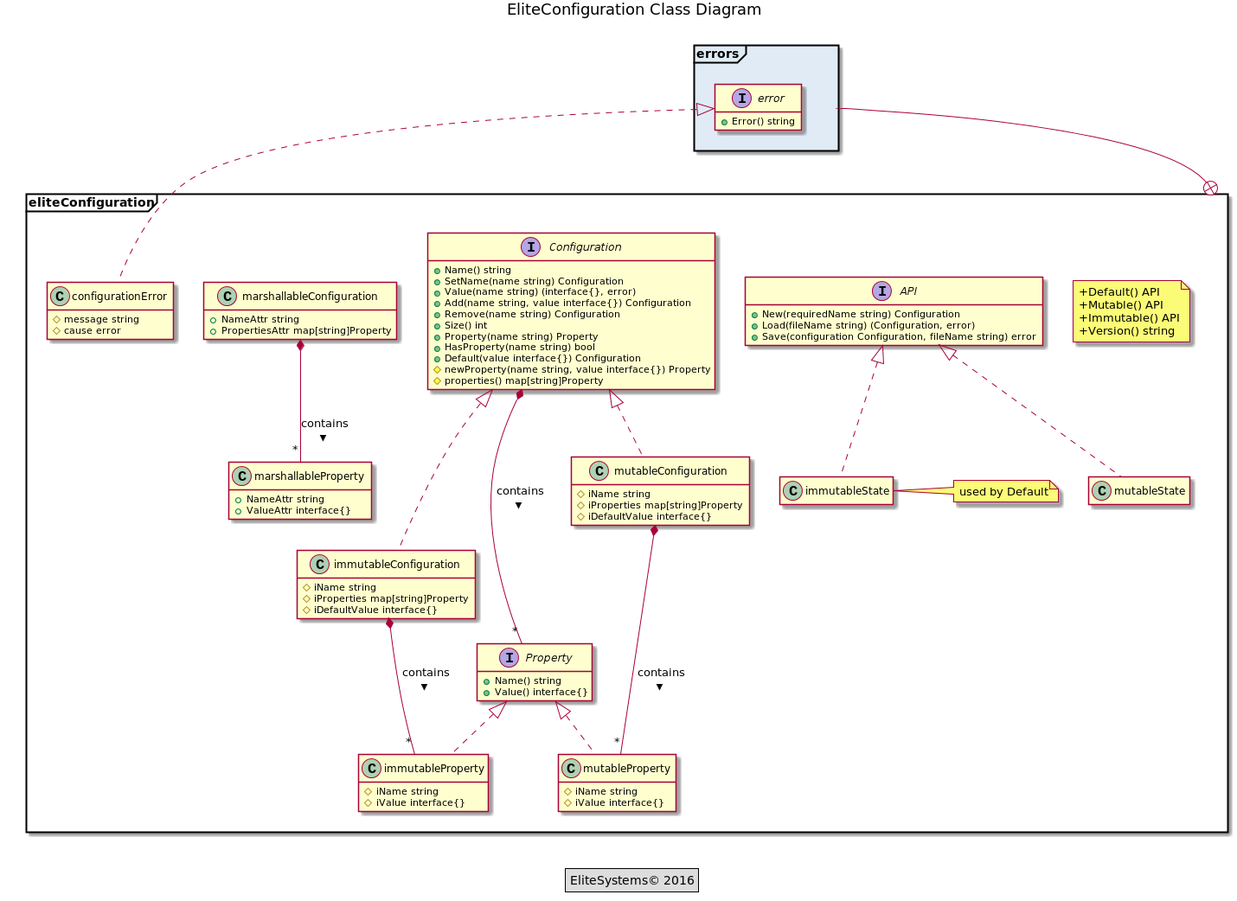
The PlantUML diagram documentation/images/classDiagram.png in EliteSystems/eliteConfiguration, before a commit.
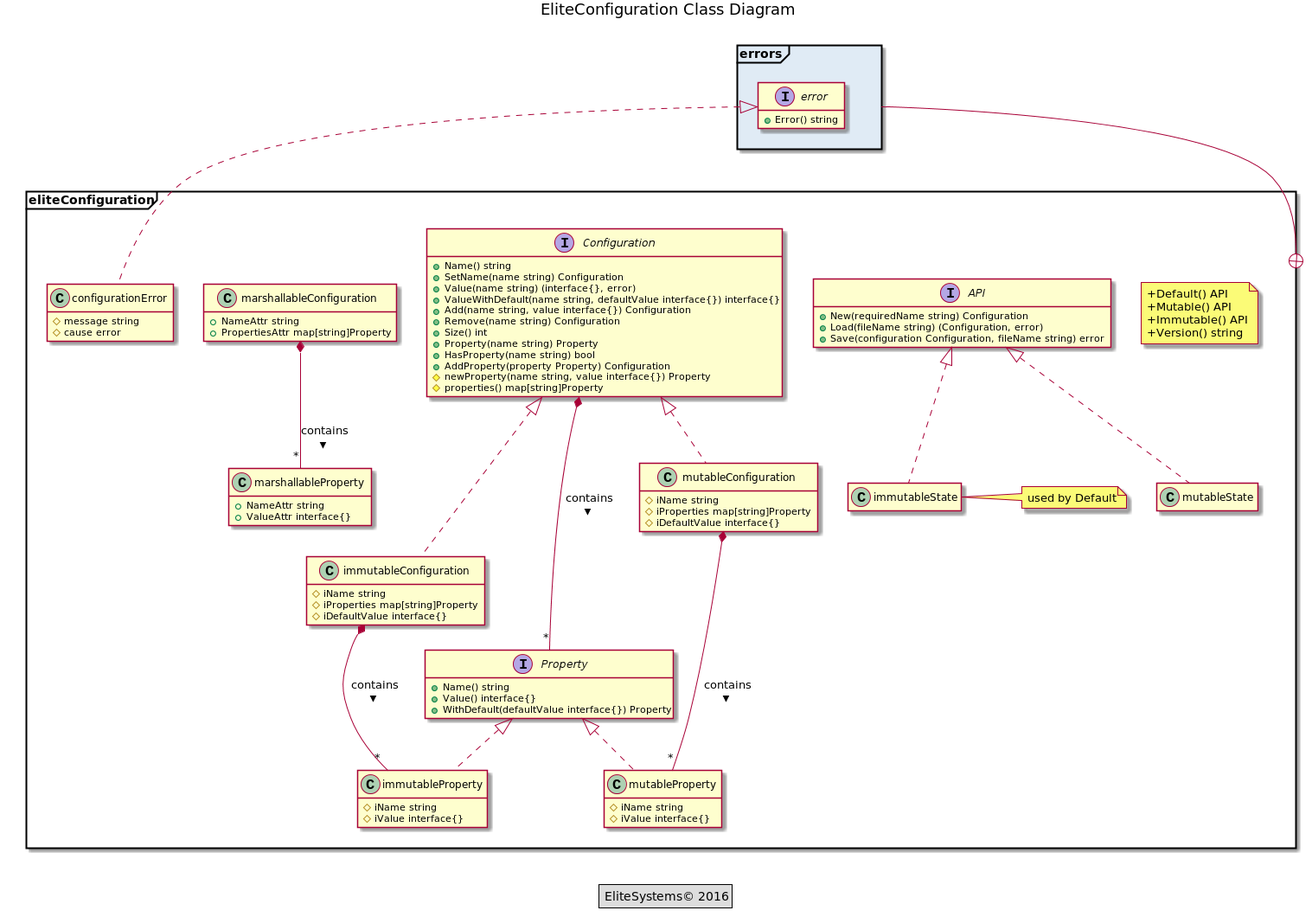
After the commit.

Commit message:
eliteConfiguration - AddProperty

The edit, as a diff of the source:
```diff
@@ -28,12 +28,13 @@
         +Name() string
         +SetName(name string) Configuration
         +Value(name string) (interface{}, error)
+        +ValueWithDefault(name string, defaultValue interface{}) interface{}
         +Add(name string, value interface{}) Configuration
         +Remove(name string) Configuration
         +Size() int
         +Property(name string) Property
         +HasProperty(name string) bool
-        +Default(value interface{}) Configuration
+        +AddProperty(property Property) Configuration
         #newProperty(name string, value interface{}) Property
         #properties() map[string]Property
     }
@@ -41,6 +42,7 @@
     interface Property {
         +Name() string
         +Value() interface{}
+        +WithDefault(defaultValue interface{}) Property
     }
 
     class marshallableConfiguration {
```
